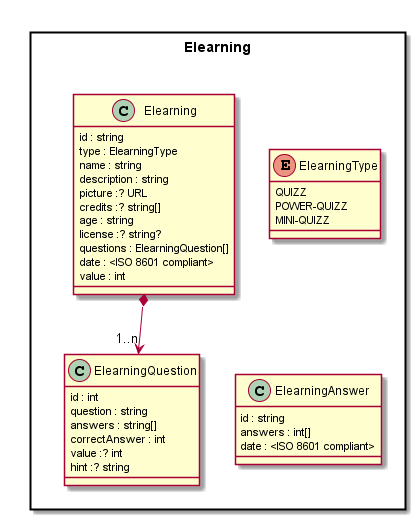
The PlantUML diagram datamodel/data-objects/elearning/Elearning-Data-Object-Model.png in reTHINK-project/specs, before a commit. The source it was exported from:
```plantuml
@startuml "../../datamodel/data-objects/elearning/Elearning-Data-Object-Model.png"

package Elearning <<Rect>> {

	class Elearning {
	    id : string
		type : ElearningType
		name : string
		description : string
		picture :? URL
		credits :? string[]
		age : string
		license :? string?
		questions : ElearningQuestion[]
		date : <ISO 8601 compliant>
		value : int
	}

	enum ElearningType {
		QUIZZ
		POWER-QUIZZ
		MINI-QUIZZ
	}

	class ElearningQuestion {
			id : int
			question : string
			answers : string[]
			correctAnswer : int
			value :? int
			hint :? string
	}

	class ElearningAnswer {
	    id : string
		answers : int[]
		date : <ISO 8601 compliant>
	}

	}

	Elearning *-->"1..n" ElearningQuestion


@enduml
```
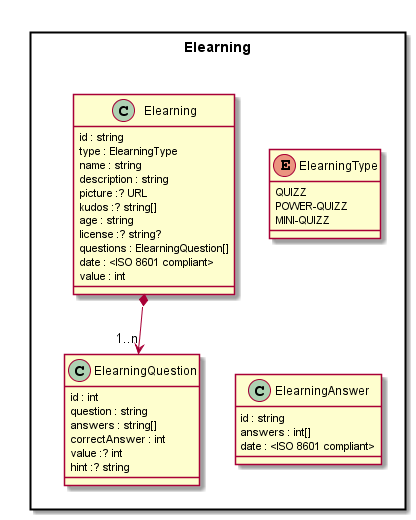
The same diagram one commit later.

Commit message:
another small fix to Elearning-Data-Object-Model

Change to the diagram source:
```diff
@@ -8,7 +8,7 @@
 		name : string
 		description : string
 		picture :? URL
-		credits :? string[]
+		kudos :? string[]
 		age : string
 		license :? string?
 		questions : ElearningQuestion[]
```
